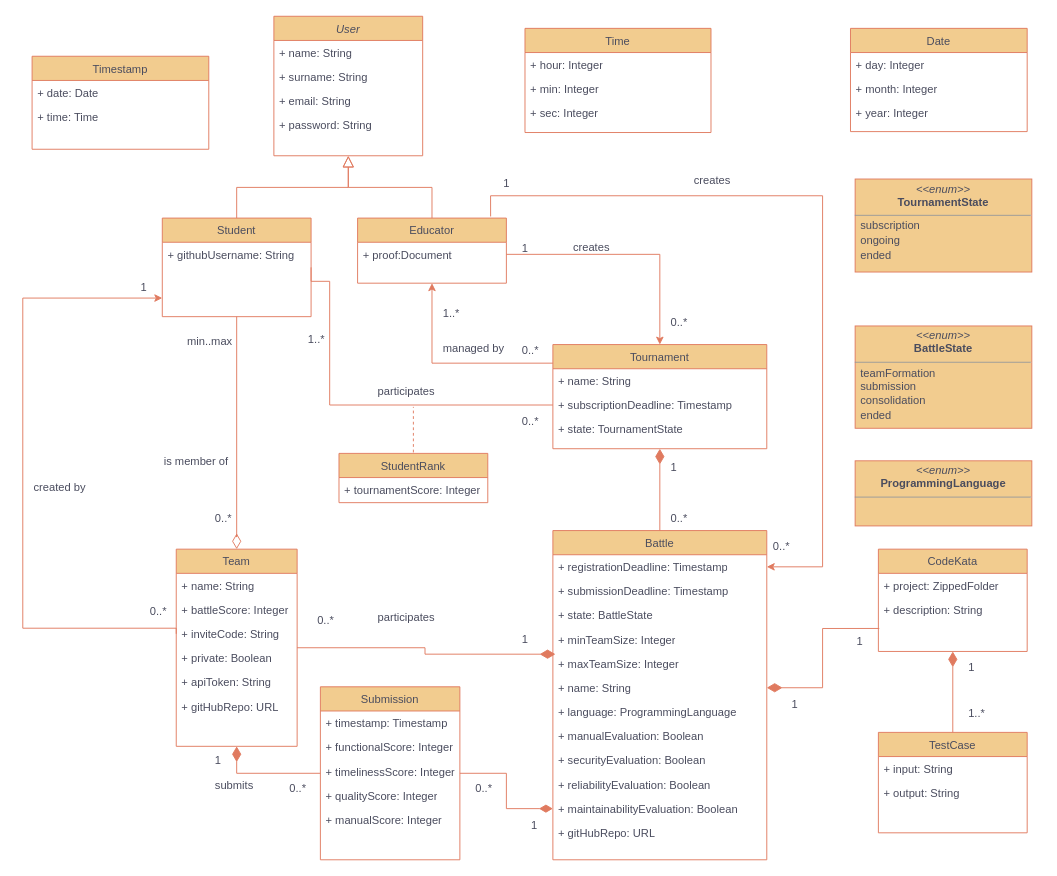
Earlier version of the draw.io diagram RASD/Diagrams/uml.drawio (TommasoCapacci/SEII-2024-Capacci-Ginestroni). Source tidied: cells renumbered, new cells numbered last; positions are measured from the earlier drawing's top-left corner, leaving out a move shared by most shapes. Both pictures are drawn from the tidied source at 93%, with x=0, y=0 at pixel (22, 16).
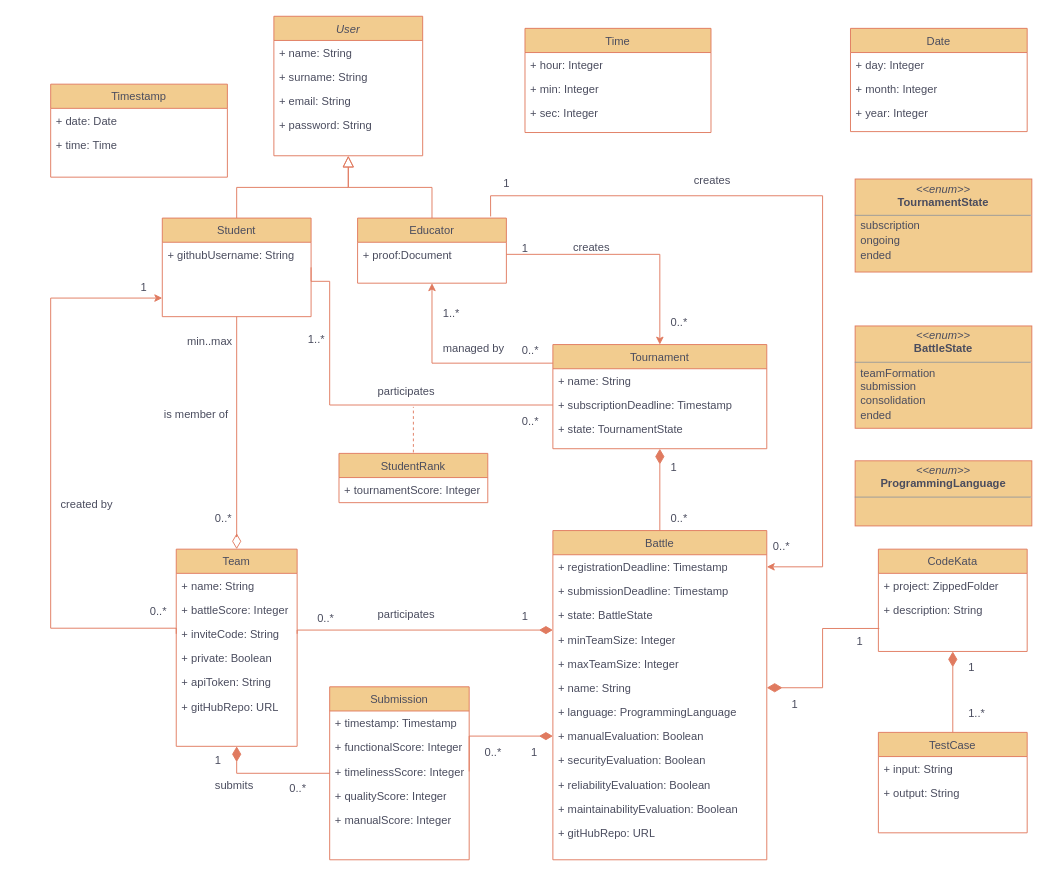
The same diagram, later.

Commit message (it also covers changes not shown here):
updated uml and removed team leader role

Unchanged cells that the change refers to:
```xml
<mxCell id="25" value="+ minTeamSize: Integer&#10;" style="text;align=left;verticalAlign=top;spacingLeft=4;spacingRight=4;overflow=hidden;points=[[0,0.5],[1,0.5]];portConstraint=eastwest;rounded=0;shadow=0;html=0;labelBackgroundColor=none;fontColor=#4a4c5e;whiteSpace=wrap;" parent="21" vertex="1">
  <mxGeometry y="104" width="230" height="26" as="geometry" />
</mxCell>
<mxCell id="26" value="+ maxTeamSize: Integer" style="text;align=left;verticalAlign=top;spacingLeft=4;spacingRight=4;overflow=hidden;points=[[0,0.5],[1,0.5]];portConstraint=eastwest;rounded=0;shadow=0;html=0;labelBackgroundColor=none;fontColor=#4a4c5e;whiteSpace=wrap;" parent="21" vertex="1">
  <mxGeometry y="130" width="230" height="26" as="geometry" />
</mxCell>
<mxCell id="29" value="+ manualEvaluation: Boolean" style="text;align=left;verticalAlign=top;spacingLeft=4;spacingRight=4;overflow=hidden;points=[[0,0.5],[1,0.5]];portConstraint=eastwest;rounded=0;shadow=0;html=0;labelBackgroundColor=none;fontColor=#4a4c5e;whiteSpace=wrap;" parent="21" vertex="1">
  <mxGeometry y="208" width="230" height="26" as="geometry" />
</mxCell>
<mxCell id="32" value="+ maintainabilityEvaluation: Boolean" style="text;align=left;verticalAlign=top;spacingLeft=4;spacingRight=4;overflow=hidden;points=[[0,0.5],[1,0.5]];portConstraint=eastwest;rounded=0;shadow=0;html=0;labelBackgroundColor=none;fontColor=#4a4c5e;whiteSpace=wrap;" parent="21" vertex="1">
  <mxGeometry y="286" width="230" height="26" as="geometry" />
</mxCell>
<mxCell id="39" value="Team" style="swimlane;fontStyle=0;align=center;verticalAlign=top;horizontal=1;startSize=26;rounded=0;shadow=0;strokeWidth=1;labelBackgroundColor=none;fillColor=#F2CC8F;strokeColor=#E07A5F;fontColor=#4a4c5e;whiteSpace=wrap;" parent="1" vertex="1">
  <mxGeometry x="165" y="573" width="130" height="212" as="geometry" />
</mxCell>
<mxCell id="42" value="+ inviteCode: String&#10;" style="text;align=left;verticalAlign=top;spacingLeft=4;spacingRight=4;overflow=hidden;points=[[0,0.5],[1,0.5]];portConstraint=eastwest;labelBackgroundColor=none;rounded=0;fontColor=#4a4c5e;whiteSpace=wrap;" parent="39" vertex="1">
  <mxGeometry y="78" width="130" height="26" as="geometry" />
</mxCell>
<mxCell id="52" value="+ timelinessScore: Integer&#10;&#10;" style="text;align=left;verticalAlign=top;spacingLeft=4;spacingRight=4;overflow=hidden;points=[[0,0.5],[1,0.5]];portConstraint=eastwest;labelBackgroundColor=none;rounded=0;fontColor=#4a4c5e;whiteSpace=wrap;" parent="49" vertex="1">
  <mxGeometry y="78" width="150" height="26" as="geometry" />
</mxCell>
```

The edit, as a diff of the source:
```diff
@@
     <mxCell id="13" value="Timestamp&#10;" style="swimlane;fontStyle=0;align=center;verticalAlign=top;horizontal=1;startSize=26;rounded=0;shadow=0;strokeWidth=1;labelBackgroundColor=none;fillColor=#F2CC8F;strokeColor=#E07A5F;fontColor=#4a4c5e;whiteSpace=wrap;" parent="1" vertex="1">
-      <mxGeometry x="10" y="43" width="190" height="100" as="geometry" />
+      <mxGeometry x="30" y="73" width="190" height="100" as="geometry" />
     </mxCell>
@@
-    <mxCell id="48" style="endArrow=diamondThin;html=1;rounded=0;entryX=0.012;entryY=0.113;entryDx=0;entryDy=0;exitX=1;exitY=0.5;exitDx=0;exitDy=0;endFill=1;strokeWidth=1;endSize=14;entryPerimeter=0;edgeStyle=orthogonalEdgeStyle;labelBackgroundColor=none;fontColor=#4a4c5e;strokeColor=#E07A5F;" parent="1" edge="1" source="39" target="26">
-      <mxGeometry relative="1" as="geometry" />
-    </mxCell>
     <mxCell id="49" value="Submission" style="swimlane;fontStyle=0;align=center;verticalAlign=top;horizontal=1;startSize=26;rounded=0;shadow=0;strokeWidth=1;labelBackgroundColor=none;fillColor=#F2CC8F;strokeColor=#E07A5F;fontColor=#4a4c5e;whiteSpace=wrap;" parent="1" vertex="1">
-      <mxGeometry x="320" y="721" width="150" height="186" as="geometry" />
+      <mxGeometry x="330" y="721" width="150" height="186" as="geometry" />
     </mxCell>
@@
-    <mxCell id="57" style="endArrow=diamondThin;html=1;rounded=0;exitX=1;exitY=0.5;exitDx=0;exitDy=0;edgeStyle=orthogonalEdgeStyle;labelBackgroundColor=none;fontColor=#4a4c5e;endFill=1;endSize=12;strokeColor=#E07A5F;" parent="1" edge="1" source="49" target="32">
-      <mxGeometry relative="1" as="geometry" />
-    </mxCell>
@@
     <mxCell id="60" style="endArrow=classic;html=1;rounded=0;exitX=0;exitY=0.5;exitDx=0;exitDy=0;edgeStyle=orthogonalEdgeStyle;labelBackgroundColor=none;fontColor=#4a4c5e;strokeColor=#E07A5F;" parent="1" edge="1" source="42">
       <mxGeometry relative="1" as="geometry">
         <mxPoint x="150" y="303" as="targetPoint" />
         <Array as="points">
           <mxPoint x="165" y="658" />
-          <mxPoint y="658" />
-          <mxPoint y="303" />
-          <mxPoint x="150" y="303" />
+          <mxPoint x="30" y="658" />
+          <mxPoint x="30" y="303" />
         </Array>
       </mxGeometry>
     </mxCell>
     <mxCell id="61" value="&lt;div style=&quot;text-align: center;&quot;&gt;&lt;span style=&quot;background-color: initial;&quot;&gt;created by&lt;/span&gt;&lt;/div&gt;" style="text;whiteSpace=wrap;html=1;labelBackgroundColor=none;rounded=0;fontColor=#4a4c5e;" parent="1" vertex="1">
-      <mxGeometry x="10" y="493" width="80" height="40" as="geometry" />
+      <mxGeometry x="39" y="511" width="80" height="40" as="geometry" />
     </mxCell>
@@
     <mxCell id="92" value="&lt;div style=&quot;text-align: center;&quot;&gt;is member of&lt;br&gt;&lt;/div&gt;" style="text;whiteSpace=wrap;html=1;labelBackgroundColor=none;rounded=0;fontColor=#4a4c5e;" parent="1" vertex="1">
-      <mxGeometry x="150" y="465" width="80" height="40" as="geometry" />
+      <mxGeometry x="150" y="414" width="80" height="40" as="geometry" />
     </mxCell>
@@
     <mxCell id="94" value="0..*" style="align=left;verticalAlign=bottom;labelBackgroundColor=none;fontSize=12;rounded=0;fillColor=#F2CC8F;strokeColor=#E07A5F;fontColor=#4a4c5e;" parent="1" vertex="1">
-      <mxGeometry x="290" y="643" as="geometry">
+      <mxGeometry x="290" y="641" as="geometry">
         <mxPoint x="25" y="15" as="offset" />
       </mxGeometry>
     </mxCell>
@@
     <mxCell id="96" value="0..*" style="align=left;verticalAlign=bottom;labelBackgroundColor=none;fontSize=12;rounded=0;fillColor=#F2CC8F;strokeColor=#E07A5F;fontColor=#4a4c5e;" parent="1" vertex="1">
-      <mxGeometry x="460" y="824" as="geometry">
+      <mxGeometry x="470" y="785" as="geometry">
         <mxPoint x="25" y="15" as="offset" />
       </mxGeometry>
     </mxCell>
@@
     <mxCell id="108" value="1" style="align=left;verticalAlign=bottom;labelBackgroundColor=none;fontSize=12;rounded=0;fillColor=#F2CC8F;strokeColor=#E07A5F;fontColor=#4a4c5e;" parent="1" vertex="1">
-      <mxGeometry x="520" y="863" as="geometry">
+      <mxGeometry x="520" y="785" as="geometry">
         <mxPoint x="25" y="15" as="offset" />
       </mxGeometry>
     </mxCell>
     <mxCell id="109" value="1" style="align=left;verticalAlign=bottom;labelBackgroundColor=none;fontSize=12;rounded=0;fillColor=#F2CC8F;strokeColor=#E07A5F;fontColor=#4a4c5e;" parent="1" vertex="1">
-      <mxGeometry x="510" y="663" as="geometry">
+      <mxGeometry x="510" y="639" as="geometry">
         <mxPoint x="25" y="15" as="offset" />
       </mxGeometry>
     </mxCell>
@@
     <mxCell id="115" value="participates" style="text;whiteSpace=wrap;html=1;labelBackgroundColor=none;fontColor=#4a4c5e;" parent="1" vertex="1">
-      <mxGeometry x="380" y="633" width="70" height="40" as="geometry" />
+      <mxGeometry x="380" y="629" width="70" height="40" as="geometry" />
     </mxCell>
@@
+    <mxCell id="121" style="endArrow=diamondThin;html=1;rounded=0;exitX=1;exitY=0.5;exitDx=0;exitDy=0;edgeStyle=orthogonalEdgeStyle;labelBackgroundColor=none;fontColor=#4a4c5e;endFill=1;endSize=12;strokeColor=#E07A5F;entryX=0;entryY=0.5;entryDx=0;entryDy=0;" parent="1" edge="1" source="52" target="29">
+      <mxGeometry relative="1" as="geometry">
+        <Array as="points">
+          <mxPoint x="480" y="774" />
+        </Array>
+      </mxGeometry>
+    </mxCell>
+    <mxCell id="122" style="endArrow=diamondThin;html=1;rounded=0;exitX=1;exitY=0.5;exitDx=0;exitDy=0;edgeStyle=orthogonalEdgeStyle;labelBackgroundColor=none;fontColor=#4a4c5e;endFill=1;endSize=12;strokeColor=#E07A5F;" parent="1" edge="1" source="42" target="25">
+      <mxGeometry relative="1" as="geometry">
+        <Array as="points">
+          <mxPoint x="295" y="660" />
+        </Array>
+      </mxGeometry>
+    </mxCell>
```
